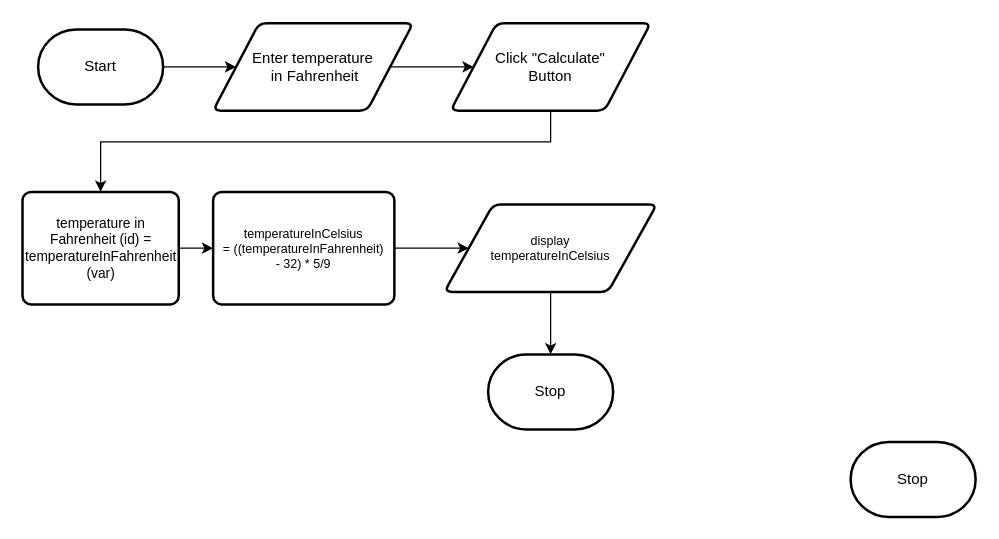
Above: design/flowchart.drawio in MTHS-ICD2O-1-2023/ICD2O-Unit-3-04-Julianne-Leblanc-Peltier (draw.io), before the change. Source tidied: cells renumbered, new cells numbered last; positions are measured from the earlier drawing's top-left corner, leaving out a move shared by most shapes. Both pictures are drawn from the tidied source at 125%, with x=0, y=0 at pixel (22, 22).
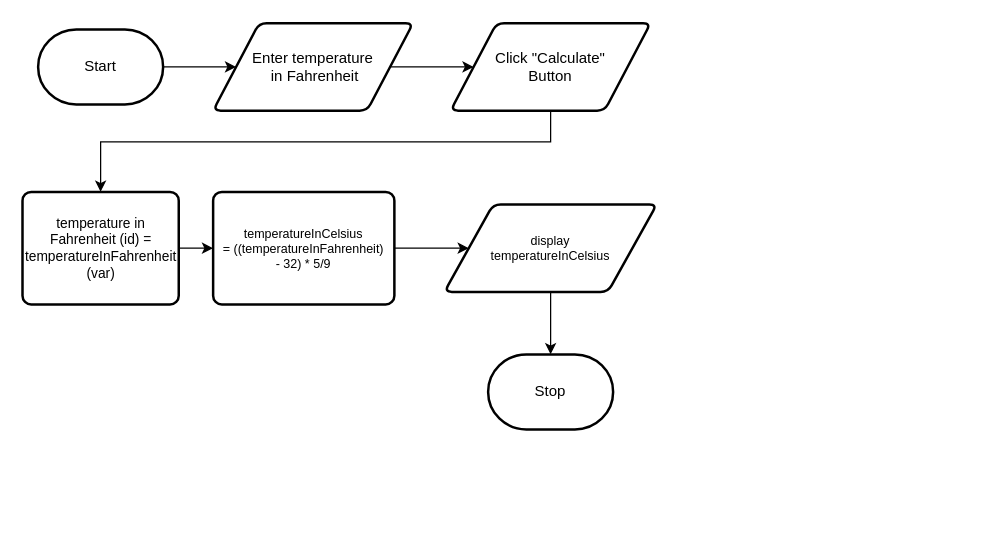
Above is the later version.

Diff of the diagram source:
```diff
@@
 <mxGraphModel>
   <root>
     <mxCell id="0" />
     <mxCell id="1" parent="0" />
     <mxCell id="2" style="edgeStyle=none;html=1;exitX=1;exitY=0.5;exitDx=0;exitDy=0;exitPerimeter=0;entryX=0;entryY=0.5;entryDx=0;entryDy=0;" parent="1" edge="1" source="3" target="6">
       <mxGeometry relative="1" as="geometry" />
     </mxCell>
     <mxCell id="3" value="Start" style="strokeWidth=2;html=1;shape=mxgraph.flowchart.terminator;whiteSpace=wrap;" parent="1" vertex="1">
       <mxGeometry x="12" y="5" width="100" height="60" as="geometry" />
     </mxCell>
-    <mxCell id="4" value="Stop" style="strokeWidth=2;html=1;shape=mxgraph.flowchart.terminator;whiteSpace=wrap;" parent="1" vertex="1">
-      <mxGeometry x="662" y="335" width="100" height="60" as="geometry" />
-    </mxCell>
     <mxCell id="5" style="edgeStyle=none;html=1;exitX=1;exitY=0.5;exitDx=0;exitDy=0;" parent="1" edge="1" source="6" target="8">
       <mxGeometry relative="1" as="geometry" />
     </mxCell>
     <mxCell id="6" value="Enter temperature&lt;br&gt;&amp;nbsp;in Fahrenheit" style="shape=parallelogram;html=1;strokeWidth=2;perimeter=parallelogramPerimeter;whiteSpace=wrap;rounded=1;arcSize=12;size=0.23;" parent="1" vertex="1">
       <mxGeometry x="152" width="160" height="70" as="geometry" />
     </mxCell>
     <mxCell id="7" style="edgeStyle=none;html=1;exitX=0.5;exitY=1;exitDx=0;exitDy=0;entryX=0.5;entryY=0;entryDx=0;entryDy=0;fontSize=10;rounded=0;" parent="1" edge="1" source="8" target="12">
       <mxGeometry relative="1" as="geometry">
         <Array as="points">
           <mxPoint x="422" y="95" />
           <mxPoint x="62" y="95" />
         </Array>
       </mxGeometry>
     </mxCell>
     <mxCell id="8" value="Click &quot;Calculate&quot; &lt;br&gt;Button" style="shape=parallelogram;html=1;strokeWidth=2;perimeter=parallelogramPerimeter;whiteSpace=wrap;rounded=1;arcSize=12;size=0.23;" parent="1" vertex="1">
       <mxGeometry x="342" width="160" height="70" as="geometry" />
     </mxCell>
     <mxCell id="9" style="edgeStyle=none;rounded=0;html=1;exitX=1;exitY=0.5;exitDx=0;exitDy=0;entryX=0;entryY=0.5;entryDx=0;entryDy=0;fontSize=10;" parent="1" edge="1" source="10" target="14">
       <mxGeometry relative="1" as="geometry" />
     </mxCell>
     <mxCell id="10" value="temperatureInCelsius =&amp;nbsp;((temperatureInFahrenheit) &lt;br&gt;- 32) * 5/9" style="rounded=1;whiteSpace=wrap;html=1;absoluteArcSize=1;arcSize=14;strokeWidth=2;fontSize=10;" parent="1" vertex="1">
       <mxGeometry x="152" y="135" width="145" height="90" as="geometry" />
     </mxCell>
     <mxCell id="11" style="edgeStyle=none;rounded=0;html=1;exitX=1;exitY=0.5;exitDx=0;exitDy=0;fontSize=10;" parent="1" edge="1" source="12" target="10">
       <mxGeometry relative="1" as="geometry" />
     </mxCell>
     <mxCell id="12" value="temperature in Fahrenheit (id) = temperatureInFahrenheit (var)" style="rounded=1;whiteSpace=wrap;html=1;absoluteArcSize=1;arcSize=14;strokeWidth=2;fontSize=11;" parent="1" vertex="1">
       <mxGeometry x="-0.5" y="135" width="125" height="90" as="geometry" />
     </mxCell>
     <mxCell id="13" style="edgeStyle=none;rounded=0;html=1;exitX=0.5;exitY=1;exitDx=0;exitDy=0;entryX=0.5;entryY=0;entryDx=0;entryDy=0;entryPerimeter=0;fontSize=10;" parent="1" edge="1" source="14" target="15">
       <mxGeometry relative="1" as="geometry" />
     </mxCell>
     <mxCell id="14" value="display&lt;br&gt;temperatureInCelsius" style="shape=parallelogram;html=1;strokeWidth=2;perimeter=parallelogramPerimeter;whiteSpace=wrap;rounded=1;arcSize=12;size=0.23;fontSize=10;" parent="1" vertex="1">
       <mxGeometry x="337" y="145" width="170" height="70" as="geometry" />
     </mxCell>
     <mxCell id="15" value="Stop" style="strokeWidth=2;html=1;shape=mxgraph.flowchart.terminator;whiteSpace=wrap;" parent="1" vertex="1">
       <mxGeometry x="372" y="265" width="100" height="60" as="geometry" />
     </mxCell>
   </root>
 </mxGraphModel>
```
